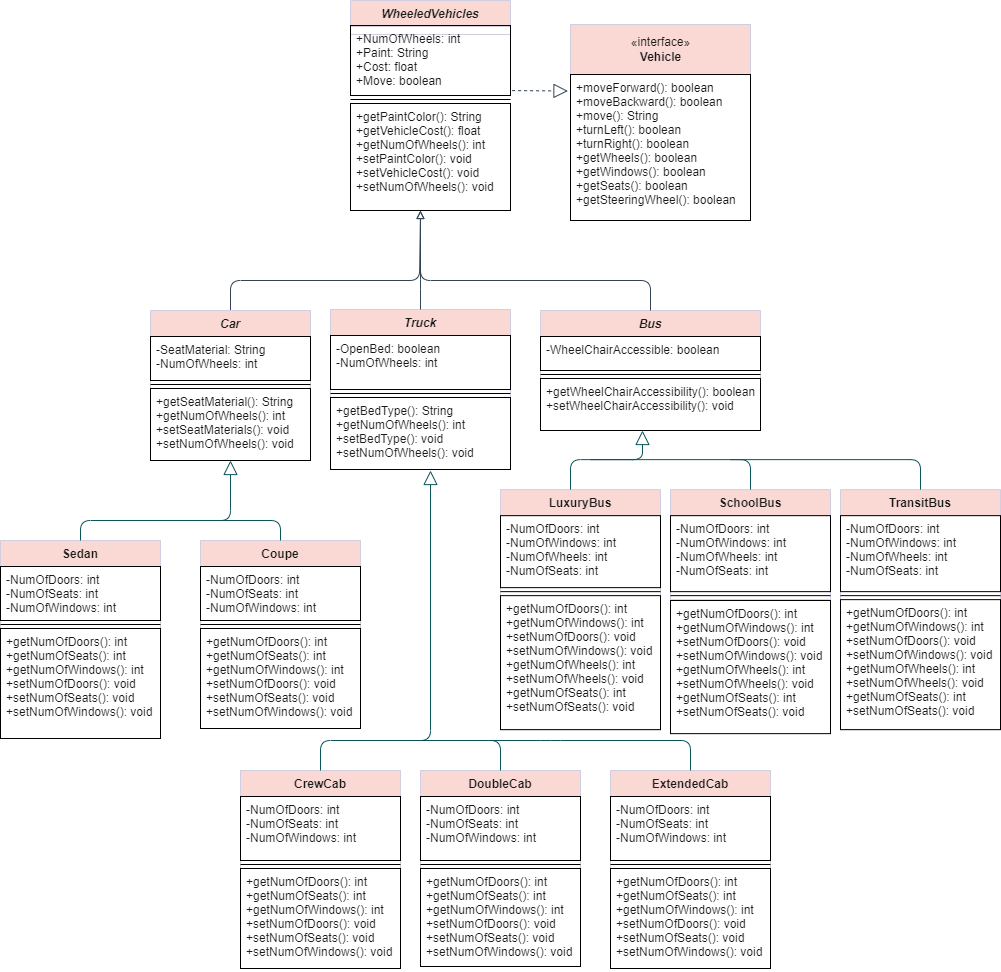
Above: oop/WheeledVehiclesClass UMLDiagram.png in c0l3yni/tekcamp (draw.io), before the change. Source tidied: cells renumbered, new cells last; positions are measured from the earlier drawing's top-left corner, leaving out a move shared by most shapes.
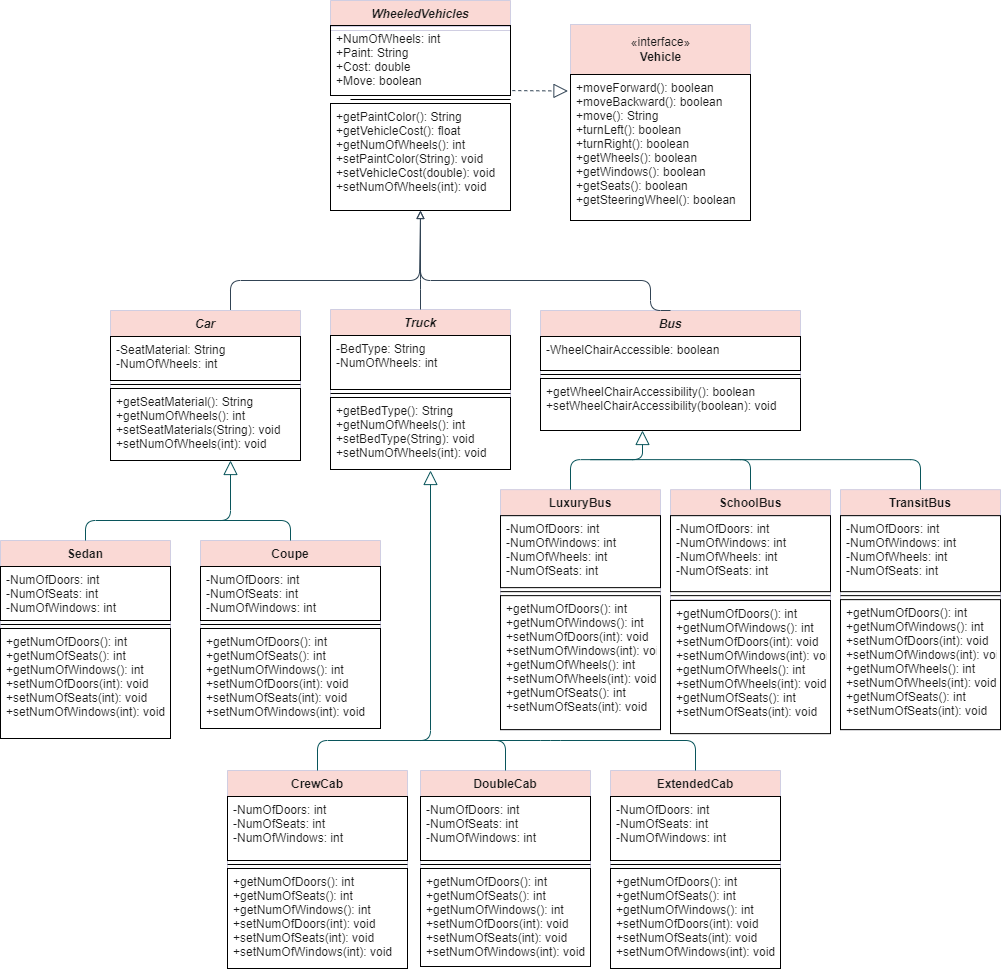
After the commit.

Commit message:
Added params to all setters

Change to the diagram source:
```diff
@@ -5,12 +5,12 @@
     <mxCell id="2" value="Bus" style="swimlane;fontStyle=3;align=center;verticalAlign=top;horizontal=1;startSize=26;fillColor=#FAD9D5;strokeColor=#D0CEE2;fontColor=#1A1A1A;rounded=0;" parent="1" vertex="1">
-      <mxGeometry x="540" y="310" width="220" height="120" as="geometry" />
+      <mxGeometry x="540" y="310" width="260" height="120" as="geometry" />
     </mxCell>
     <mxCell id="3" value="-WheelChairAccessible: boolean&#10;" style="text;strokeColor=default;fillColor=none;align=left;verticalAlign=top;spacingLeft=4;spacingRight=4;overflow=hidden;fontColor=#1A1A1A;rounded=0;" parent="2" vertex="1">
-      <mxGeometry y="26" width="220" height="34" as="geometry" />
+      <mxGeometry y="26" width="260" height="34" as="geometry" />
     </mxCell>
     <mxCell id="4" style="line;strokeWidth=1;fillColor=none;align=left;verticalAlign=middle;spacingTop=-1;spacingLeft=3;spacingRight=3;labelPosition=right;fontColor=#1A1A1A;" parent="2" vertex="1">
-      <mxGeometry y="60" width="220" height="8" as="geometry" />
+      <mxGeometry y="60" width="260" height="8" as="geometry" />
     </mxCell>
-    <mxCell id="5" value="+getWheelChairAccessibility(): boolean&#10;+setWheelChairAccessibility(): void" style="text;strokeColor=default;fillColor=none;align=left;verticalAlign=top;spacingLeft=4;spacingRight=4;overflow=hidden;fontColor=#1A1A1A;rounded=0;" parent="2" vertex="1">
-      <mxGeometry y="68" width="220" height="52" as="geometry" />
+    <mxCell id="5" value="+getWheelChairAccessibility(): boolean&#10;+setWheelChairAccessibility(boolean): void" style="text;strokeColor=default;fillColor=none;align=left;verticalAlign=top;spacingLeft=4;spacingRight=4;overflow=hidden;fontColor=#1A1A1A;rounded=0;" parent="2" vertex="1">
+      <mxGeometry y="68" width="260" height="52" as="geometry" />
     </mxCell>
@@ -26,12 +26,12 @@
     <mxCell id="7" value="Car" style="swimlane;fontStyle=3;align=center;verticalAlign=top;horizontal=1;startSize=26;fillColor=#FAD9D5;strokeColor=#D0CEE2;fontColor=#1A1A1A;rounded=0;" parent="1" vertex="1">
-      <mxGeometry x="150" y="310" width="160" height="150" as="geometry" />
+      <mxGeometry x="110" y="310" width="190" height="150" as="geometry" />
     </mxCell>
     <mxCell id="8" value="-SeatMaterial: String&#10;-NumOfWheels: int" style="text;strokeColor=default;fillColor=none;align=left;verticalAlign=top;spacingLeft=4;spacingRight=4;overflow=hidden;fontColor=#1A1A1A;rounded=0;" parent="7" vertex="1">
-      <mxGeometry y="26" width="160" height="44" as="geometry" />
+      <mxGeometry y="26" width="190" height="44" as="geometry" />
     </mxCell>
     <mxCell id="9" style="line;strokeWidth=1;fillColor=none;align=left;verticalAlign=middle;spacingTop=-1;spacingLeft=3;spacingRight=3;labelPosition=right;fontColor=#1A1A1A;" parent="7" vertex="1">
-      <mxGeometry y="70" width="160" height="8" as="geometry" />
+      <mxGeometry y="70" width="190" height="8" as="geometry" />
     </mxCell>
-    <mxCell id="10" value="+getSeatMaterial(): String&#10;+getNumOfWheels(): int&#10;+setSeatMaterials(): void&#10;+setNumOfWheels(): void" style="text;strokeColor=default;fillColor=none;align=left;verticalAlign=top;spacingLeft=4;spacingRight=4;overflow=hidden;fontColor=#1A1A1A;rounded=0;" parent="7" vertex="1">
-      <mxGeometry y="78" width="160" height="72" as="geometry" />
+    <mxCell id="10" value="+getSeatMaterial(): String&#10;+getNumOfWheels(): int&#10;+setSeatMaterials(String): void&#10;+setNumOfWheels(int): void" style="text;strokeColor=default;fillColor=none;align=left;verticalAlign=top;spacingLeft=4;spacingRight=4;overflow=hidden;fontColor=#1A1A1A;rounded=0;" parent="7" vertex="1">
+      <mxGeometry y="78" width="190" height="72" as="geometry" />
     </mxCell>
@@ -40,3 +40,3 @@
     </mxCell>
-    <mxCell id="12" value="-OpenBed: boolean&#10;-NumOfWheels: int" style="text;strokeColor=default;fillColor=none;align=left;verticalAlign=top;spacingLeft=4;spacingRight=4;overflow=hidden;fontColor=#1A1A1A;rounded=0;" parent="11" vertex="1">
+    <mxCell id="12" value="-BedType: String&#10;-NumOfWheels: int" style="text;strokeColor=default;fillColor=none;align=left;verticalAlign=top;spacingLeft=4;spacingRight=4;overflow=hidden;fontColor=#1A1A1A;rounded=0;" parent="11" vertex="1">
       <mxGeometry y="26" width="180" height="54" as="geometry" />
@@ -46,3 +46,3 @@
     </mxCell>
-    <mxCell id="14" value="+getBedType(): String&#10;+getNumOfWheels(): int&#10;+setBedType(): void&#10;+setNumOfWheels(): void" style="text;strokeColor=default;fillColor=none;align=left;verticalAlign=top;spacingLeft=4;spacingRight=4;overflow=hidden;fontColor=#1A1A1A;rounded=0;" parent="11" vertex="1">
+    <mxCell id="14" value="+getBedType(): String&#10;+getNumOfWheels(): int&#10;+setBedType(String): void&#10;+setNumOfWheels(int): void" style="text;strokeColor=default;fillColor=none;align=left;verticalAlign=top;spacingLeft=4;spacingRight=4;overflow=hidden;fontColor=#1A1A1A;rounded=0;" parent="11" vertex="1">
       <mxGeometry y="88" width="180" height="72" as="geometry" />
@@ -50,3 +50,3 @@
     <mxCell id="15" value="WheeledVehicles" style="swimlane;fontStyle=3;align=center;verticalAlign=top;horizontal=1;startSize=26;fillColor=#FAD9D5;strokeColor=#D0CEE2;fontColor=#1A1A1A;rounded=0;" parent="1" vertex="1">
-      <mxGeometry x="350" width="160" height="34" as="geometry" />
+      <mxGeometry x="330" width="180" height="30" as="geometry" />
     </mxCell>
@@ -65,24 +65,24 @@
     <mxCell id="18" value="Sedan" style="swimlane;fontStyle=1;align=center;verticalAlign=top;horizontal=1;startSize=26;fontColor=#1A1A1A;strokeColor=#D0CEE2;fillColor=#FAD9D5;" parent="1" vertex="1">
-      <mxGeometry y="540" width="160" height="198" as="geometry" />
+      <mxGeometry y="540" width="170" height="198" as="geometry" />
     </mxCell>
     <mxCell id="19" value="-NumOfDoors: int&#10;-NumOfSeats: int&#10;-NumOfWindows: int" style="text;strokeColor=default;fillColor=none;align=left;verticalAlign=top;spacingLeft=4;spacingRight=4;overflow=hidden;fontColor=#1A1A1A;" parent="18" vertex="1">
-      <mxGeometry y="26" width="160" height="54" as="geometry" />
+      <mxGeometry y="26" width="170" height="54" as="geometry" />
     </mxCell>
     <mxCell id="20" style="line;strokeWidth=1;fillColor=none;align=left;verticalAlign=middle;spacingTop=-1;spacingLeft=3;spacingRight=3;labelPosition=right;fontColor=#1A1A1A;" parent="18" vertex="1">
-      <mxGeometry y="80" width="160" height="8" as="geometry" />
+      <mxGeometry y="80" width="170" height="8" as="geometry" />
     </mxCell>
-    <mxCell id="21" value="+getNumOfDoors(): int&#10;+getNumOfSeats(): int&#10;+getNumOfWindows(): int&#10;+setNumOfDoors(): void&#10;+setNumOfSeats(): void&#10;+setNumOfWindows(): void" style="text;strokeColor=default;fillColor=none;align=left;verticalAlign=top;spacingLeft=4;spacingRight=4;overflow=hidden;fontColor=#1A1A1A;" parent="18" vertex="1">
-      <mxGeometry y="88" width="160" height="110" as="geometry" />
+    <mxCell id="21" value="+getNumOfDoors(): int&#10;+getNumOfSeats(): int&#10;+getNumOfWindows(): int&#10;+setNumOfDoors(int): void&#10;+setNumOfSeats(int): void&#10;+setNumOfWindows(int): void" style="text;strokeColor=default;fillColor=none;align=left;verticalAlign=top;spacingLeft=4;spacingRight=4;overflow=hidden;fontColor=#1A1A1A;" parent="18" vertex="1">
+      <mxGeometry y="88" width="170" height="110" as="geometry" />
     </mxCell>
     <mxCell id="22" value="Coupe" style="swimlane;fontStyle=1;align=center;verticalAlign=top;horizontal=1;startSize=26;fontColor=#1A1A1A;strokeColor=#D0CEE2;fillColor=#FAD9D5;" parent="1" vertex="1">
-      <mxGeometry x="200" y="540" width="160" height="188" as="geometry" />
+      <mxGeometry x="200" y="540" width="180" height="188" as="geometry" />
     </mxCell>
     <mxCell id="23" value="-NumOfDoors: int&#10;-NumOfSeats: int&#10;-NumOfWindows: int" style="text;strokeColor=default;fillColor=none;align=left;verticalAlign=top;spacingLeft=4;spacingRight=4;overflow=hidden;fontColor=#1A1A1A;" parent="22" vertex="1">
-      <mxGeometry y="26" width="160" height="54" as="geometry" />
+      <mxGeometry y="26" width="180" height="54" as="geometry" />
     </mxCell>
     <mxCell id="24" style="line;strokeWidth=1;fillColor=none;align=left;verticalAlign=middle;spacingTop=-1;spacingLeft=3;spacingRight=3;labelPosition=right;fontColor=#1A1A1A;" parent="22" vertex="1">
-      <mxGeometry y="80" width="160" height="8" as="geometry" />
+      <mxGeometry y="80" width="180" height="8" as="geometry" />
     </mxCell>
-    <mxCell id="25" value="+getNumOfDoors(): int&#10;+getNumOfSeats(): int&#10;+getNumOfWindows(): int&#10;+setNumOfDoors(): void&#10;+setNumOfSeats(): void&#10;+setNumOfWindows(): void" style="text;strokeColor=default;fillColor=none;align=left;verticalAlign=top;spacingLeft=4;spacingRight=4;overflow=hidden;fontColor=#1A1A1A;" parent="22" vertex="1">
-      <mxGeometry y="88" width="160" height="100" as="geometry" />
+    <mxCell id="25" value="+getNumOfDoors(): int&#10;+getNumOfSeats(): int&#10;+getNumOfWindows(): int&#10;+setNumOfDoors(int): void&#10;+setNumOfSeats(int): void&#10;+setNumOfWindows(int): void" style="text;strokeColor=default;fillColor=none;align=left;verticalAlign=top;spacingLeft=4;spacingRight=4;overflow=hidden;fontColor=#1A1A1A;" parent="22" vertex="1">
+      <mxGeometry y="88" width="180" height="100" as="geometry" />
     </mxCell>
@@ -92,3 +92,3 @@
         <Array as="points">
-          <mxPoint x="80" y="520" />
+          <mxPoint x="85" y="520" />
           <mxPoint x="230" y="520" />
@@ -101,3 +101,3 @@
         <Array as="points">
-          <mxPoint x="280" y="520" />
+          <mxPoint x="290" y="520" />
         </Array>
@@ -106,24 +106,24 @@
     <mxCell id="28" value="CrewCab" style="swimlane;fontStyle=1;align=center;verticalAlign=top;horizontal=1;startSize=26;fontColor=#1A1A1A;strokeColor=#D0CEE2;fillColor=#FAD9D5;" parent="1" vertex="1">
-      <mxGeometry x="240" y="770" width="160" height="198" as="geometry" />
+      <mxGeometry x="227" y="770" width="180" height="198" as="geometry" />
     </mxCell>
     <mxCell id="29" value="-NumOfDoors: int&#10;-NumOfSeats: int&#10;-NumOfWindows: int" style="text;strokeColor=default;fillColor=none;align=left;verticalAlign=top;spacingLeft=4;spacingRight=4;overflow=hidden;fontColor=#1A1A1A;" parent="28" vertex="1">
-      <mxGeometry y="26" width="160" height="64" as="geometry" />
+      <mxGeometry y="26" width="180" height="64" as="geometry" />
     </mxCell>
     <mxCell id="30" style="line;strokeWidth=1;fillColor=none;align=left;verticalAlign=middle;spacingTop=-1;spacingLeft=3;spacingRight=3;labelPosition=right;fontColor=#1A1A1A;" parent="28" vertex="1">
-      <mxGeometry y="90" width="160" height="8" as="geometry" />
+      <mxGeometry y="90" width="180" height="8" as="geometry" />
     </mxCell>
-    <mxCell id="31" value="+getNumOfDoors(): int&#10;+getNumOfSeats(): int&#10;+getNumOfWindows(): int&#10;+setNumOfDoors(): void&#10;+setNumOfSeats(): void&#10;+setNumOfWindows(): void" style="text;strokeColor=default;fillColor=none;align=left;verticalAlign=top;spacingLeft=4;spacingRight=4;overflow=hidden;fontColor=#1A1A1A;" parent="28" vertex="1">
-      <mxGeometry y="98" width="160" height="100" as="geometry" />
+    <mxCell id="31" value="+getNumOfDoors(): int&#10;+getNumOfSeats(): int&#10;+getNumOfWindows(): int&#10;+setNumOfDoors(int): void&#10;+setNumOfSeats(int): void&#10;+setNumOfWindows(int): void" style="text;strokeColor=default;fillColor=none;align=left;verticalAlign=top;spacingLeft=4;spacingRight=4;overflow=hidden;fontColor=#1A1A1A;" parent="28" vertex="1">
+      <mxGeometry y="98" width="180" height="100" as="geometry" />
     </mxCell>
     <mxCell id="32" value="DoubleCab" style="swimlane;fontStyle=1;align=center;verticalAlign=top;horizontal=1;startSize=26;fontColor=#1A1A1A;strokeColor=#D0CEE2;fillColor=#FAD9D5;" parent="1" vertex="1">
-      <mxGeometry x="420" y="770" width="160" height="196" as="geometry" />
+      <mxGeometry x="420" y="770" width="170" height="196" as="geometry" />
     </mxCell>
     <mxCell id="33" value="-NumOfDoors: int&#10;-NumOfSeats: int&#10;-NumOfWindows: int" style="text;strokeColor=default;fillColor=none;align=left;verticalAlign=top;spacingLeft=4;spacingRight=4;overflow=hidden;fontColor=#1A1A1A;" parent="32" vertex="1">
-      <mxGeometry y="26" width="160" height="64" as="geometry" />
+      <mxGeometry y="26" width="170" height="64" as="geometry" />
     </mxCell>
     <mxCell id="34" style="line;strokeWidth=1;fillColor=none;align=left;verticalAlign=middle;spacingTop=-1;spacingLeft=3;spacingRight=3;labelPosition=right;fontColor=#1A1A1A;" parent="32" vertex="1">
-      <mxGeometry y="90" width="160" height="8" as="geometry" />
+      <mxGeometry y="90" width="170" height="8" as="geometry" />
     </mxCell>
-    <mxCell id="35" value="+getNumOfDoors(): int&#10;+getNumOfSeats(): int&#10;+getNumOfWindows(): int&#10;+setNumOfDoors(): void&#10;+setNumOfSeats(): void&#10;+setNumOfWindows(): void" style="text;strokeColor=default;fillColor=none;align=left;verticalAlign=top;spacingLeft=4;spacingRight=4;overflow=hidden;fontColor=#1A1A1A;" parent="32" vertex="1">
-      <mxGeometry y="98" width="160" height="98" as="geometry" />
+    <mxCell id="35" value="+getNumOfDoors(): int&#10;+getNumOfSeats(): int&#10;+getNumOfWindows(): int&#10;+setNumOfDoors(int): void&#10;+setNumOfSeats(int): void&#10;+setNumOfWindows(int): void" style="text;strokeColor=default;fillColor=none;align=left;verticalAlign=top;spacingLeft=4;spacingRight=4;overflow=hidden;fontColor=#1A1A1A;" parent="32" vertex="1">
+      <mxGeometry y="98" width="170" height="98" as="geometry" />
     </mxCell>
@@ -133,3 +133,3 @@
         <Array as="points">
-          <mxPoint x="320" y="740" />
+          <mxPoint x="317" y="740" />
           <mxPoint x="430" y="740" />
@@ -142,3 +142,3 @@
         <Array as="points">
-          <mxPoint x="500" y="740" />
+          <mxPoint x="505" y="740" />
         </Array>
@@ -155,3 +155,3 @@
     </mxCell>
-    <mxCell id="41" value="+getNumOfDoors(): int&#10;+getNumOfWindows(): int&#10;+setNumOfDoors(): void&#10;+setNumOfWindows(): void&#10;+getNumOfWheels(): int&#10;+setNumOfWheels(): void&#10;+getNumOfSeats(): int&#10;+setNumOfSeats(): void" style="text;strokeColor=default;fillColor=none;align=left;verticalAlign=top;spacingLeft=4;spacingRight=4;overflow=hidden;fontColor=#1A1A1A;" parent="38" vertex="1">
+    <mxCell id="41" value="+getNumOfDoors(): int&#10;+getNumOfWindows(): int&#10;+setNumOfDoors(int): void&#10;+setNumOfWindows(int): void&#10;+getNumOfWheels(): int&#10;+setNumOfWheels(int): void&#10;+getNumOfSeats(): int&#10;+setNumOfSeats(int): void" style="text;strokeColor=default;fillColor=none;align=left;verticalAlign=top;spacingLeft=4;spacingRight=4;overflow=hidden;fontColor=#1A1A1A;" parent="38" vertex="1">
       <mxGeometry y="106" width="160" height="134" as="geometry" />
@@ -186,12 +186,12 @@
     <mxCell id="47" value="ExtendedCab" style="swimlane;fontStyle=1;align=center;verticalAlign=top;horizontal=1;startSize=26;fontColor=#1A1A1A;strokeColor=#D0CEE2;fillColor=#FAD9D5;" parent="1" vertex="1">
-      <mxGeometry x="610" y="770" width="160" height="198" as="geometry" />
+      <mxGeometry x="610" y="770" width="170" height="198" as="geometry" />
     </mxCell>
     <mxCell id="48" value="-NumOfDoors: int&#10;-NumOfSeats: int&#10;-NumOfWindows: int" style="text;strokeColor=default;fillColor=none;align=left;verticalAlign=top;spacingLeft=4;spacingRight=4;overflow=hidden;fontColor=#1A1A1A;" parent="47" vertex="1">
-      <mxGeometry y="26" width="160" height="64" as="geometry" />
+      <mxGeometry y="26" width="170" height="64" as="geometry" />
     </mxCell>
     <mxCell id="49" style="line;strokeWidth=1;fillColor=none;align=left;verticalAlign=middle;spacingTop=-1;spacingLeft=3;spacingRight=3;labelPosition=right;fontColor=#1A1A1A;" parent="47" vertex="1">
-      <mxGeometry y="90" width="160" height="8" as="geometry" />
+      <mxGeometry y="90" width="170" height="8" as="geometry" />
     </mxCell>
-    <mxCell id="50" value="+getNumOfDoors(): int&#10;+getNumOfSeats(): int&#10;+getNumOfWindows(): int&#10;+setNumOfDoors(): void&#10;+setNumOfSeats(): void&#10;+setNumOfWindows(): void" style="text;strokeColor=default;fillColor=none;align=left;verticalAlign=top;spacingLeft=4;spacingRight=4;overflow=hidden;fontColor=#1A1A1A;" parent="47" vertex="1">
-      <mxGeometry y="98" width="160" height="100" as="geometry" />
+    <mxCell id="50" value="+getNumOfDoors(): int&#10;+getNumOfSeats(): int&#10;+getNumOfWindows(): int&#10;+setNumOfDoors(int): void&#10;+setNumOfSeats(int): void&#10;+setNumOfWindows(int): void" style="text;strokeColor=default;fillColor=none;align=left;verticalAlign=top;spacingLeft=4;spacingRight=4;overflow=hidden;fontColor=#1A1A1A;" parent="47" vertex="1">
+      <mxGeometry y="98" width="170" height="100" as="geometry" />
     </mxCell>
@@ -201,3 +201,3 @@
         <Array as="points">
-          <mxPoint x="690" y="740" />
+          <mxPoint x="695" y="740" />
           <mxPoint x="550" y="740" />
@@ -215,3 +215,3 @@
     </mxCell>
-    <mxCell id="55" value="+getNumOfDoors(): int&#10;+getNumOfWindows(): int&#10;+setNumOfDoors(): void&#10;+setNumOfWindows(): void&#10;+getNumOfWheels(): int&#10;+setNumOfWheels(): void&#10;+getNumOfSeats(): int&#10;+setNumOfSeats(): void" style="text;strokeColor=default;fillColor=none;align=left;verticalAlign=top;spacingLeft=4;spacingRight=4;overflow=hidden;fontColor=#1A1A1A;" parent="52" vertex="1">
+    <mxCell id="55" value="+getNumOfDoors(): int&#10;+getNumOfWindows(): int&#10;+setNumOfDoors(int): void&#10;+setNumOfWindows(int): void&#10;+getNumOfWheels(): int&#10;+setNumOfWheels(int): void&#10;+getNumOfSeats(): int&#10;+setNumOfSeats(int): void" style="text;strokeColor=default;fillColor=none;align=left;verticalAlign=top;spacingLeft=4;spacingRight=4;overflow=hidden;fontColor=#1A1A1A;" parent="52" vertex="1">
       <mxGeometry y="110" width="160" height="130" as="geometry" />
@@ -238,7 +238,7 @@
     </mxCell>
-    <mxCell id="60" value="+NumOfWheels: int&#10;+Paint: String&#10;+Cost: float&#10;+Move: boolean" style="text;strokeColor=default;fillColor=none;align=left;verticalAlign=top;spacingLeft=4;spacingRight=4;overflow=hidden;points=[[0,0.5],[1,0.5]];portConstraint=eastwest;fontColor=#1A1A1A;rounded=0;" parent="1" vertex="1">
-      <mxGeometry x="350" y="25" width="160" height="70" as="geometry" />
+    <mxCell id="60" value="+NumOfWheels: int&#10;+Paint: String&#10;+Cost: double&#10;+Move: boolean" style="text;strokeColor=default;fillColor=none;align=left;verticalAlign=top;spacingLeft=4;spacingRight=4;overflow=hidden;points=[[0,0.5],[1,0.5]];portConstraint=eastwest;fontColor=#1A1A1A;rounded=0;" parent="1" vertex="1">
+      <mxGeometry x="330" y="25" width="180" height="70" as="geometry" />
     </mxCell>
-    <mxCell id="61" value="+getPaintColor(): String&#10;+getVehicleCost(): float&#10;+getNumOfWheels(): int&#10;+setPaintColor(): void&#10;+setVehicleCost(): void&#10;+setNumOfWheels(): void" style="text;strokeColor=default;fillColor=none;align=left;verticalAlign=top;spacingLeft=4;spacingRight=4;overflow=hidden;fontColor=#1A1A1A;rounded=0;" parent="1" vertex="1">
-      <mxGeometry x="350" y="103" width="160" height="107" as="geometry" />
+    <mxCell id="61" value="+getPaintColor(): String&#10;+getVehicleCost(): float&#10;+getNumOfWheels(): int&#10;+setPaintColor(String): void&#10;+setVehicleCost(double): void&#10;+setNumOfWheels(int): void" style="text;strokeColor=default;fillColor=none;align=left;verticalAlign=top;spacingLeft=4;spacingRight=4;overflow=hidden;fontColor=#1A1A1A;rounded=0;" parent="1" vertex="1">
+      <mxGeometry x="330" y="103" width="180" height="107" as="geometry" />
     </mxCell>
@@ -256,3 +256,3 @@
     </mxCell>
-    <mxCell id="64" value="+getNumOfDoors(): int&#10;+getNumOfWindows(): int&#10;+setNumOfDoors(): void&#10;+setNumOfWindows(): void&#10;+getNumOfWheels(): int&#10;+setNumOfWheels(): void&#10;+getNumOfSeats(): int&#10;+setNumOfSeats(): void" style="text;strokeColor=default;fillColor=none;align=left;verticalAlign=top;spacingLeft=4;spacingRight=4;overflow=hidden;fontColor=#1A1A1A;" parent="1" vertex="1">
+    <mxCell id="64" value="+getNumOfDoors(): int&#10;+getNumOfWindows(): int&#10;+setNumOfDoors(int): void&#10;+setNumOfWindows(int): void&#10;+getNumOfWheels(): int&#10;+setNumOfWheels(int): void&#10;+getNumOfSeats(): int&#10;+setNumOfSeats(int): void" style="text;strokeColor=default;fillColor=none;align=left;verticalAlign=top;spacingLeft=4;spacingRight=4;overflow=hidden;fontColor=#1A1A1A;" parent="1" vertex="1">
       <mxGeometry x="670" y="600" width="160" height="133.1" as="geometry" />
```
